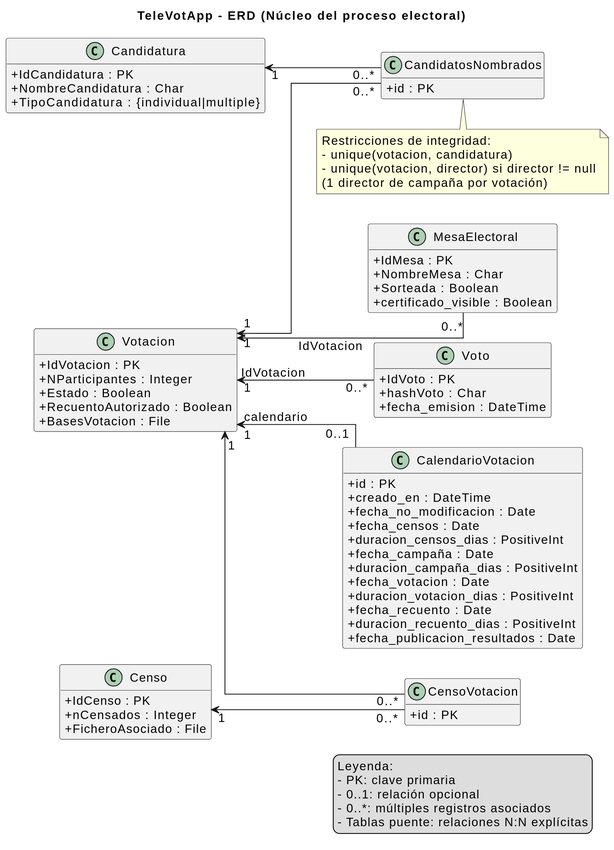
Earlier version of the PlantUML export out/TeleVot/Diagramas/ERD_NucleoPrincipal/ERD_NucleoPrincipal.svg (SamirAlonsoGarcia/TeleVotApp).
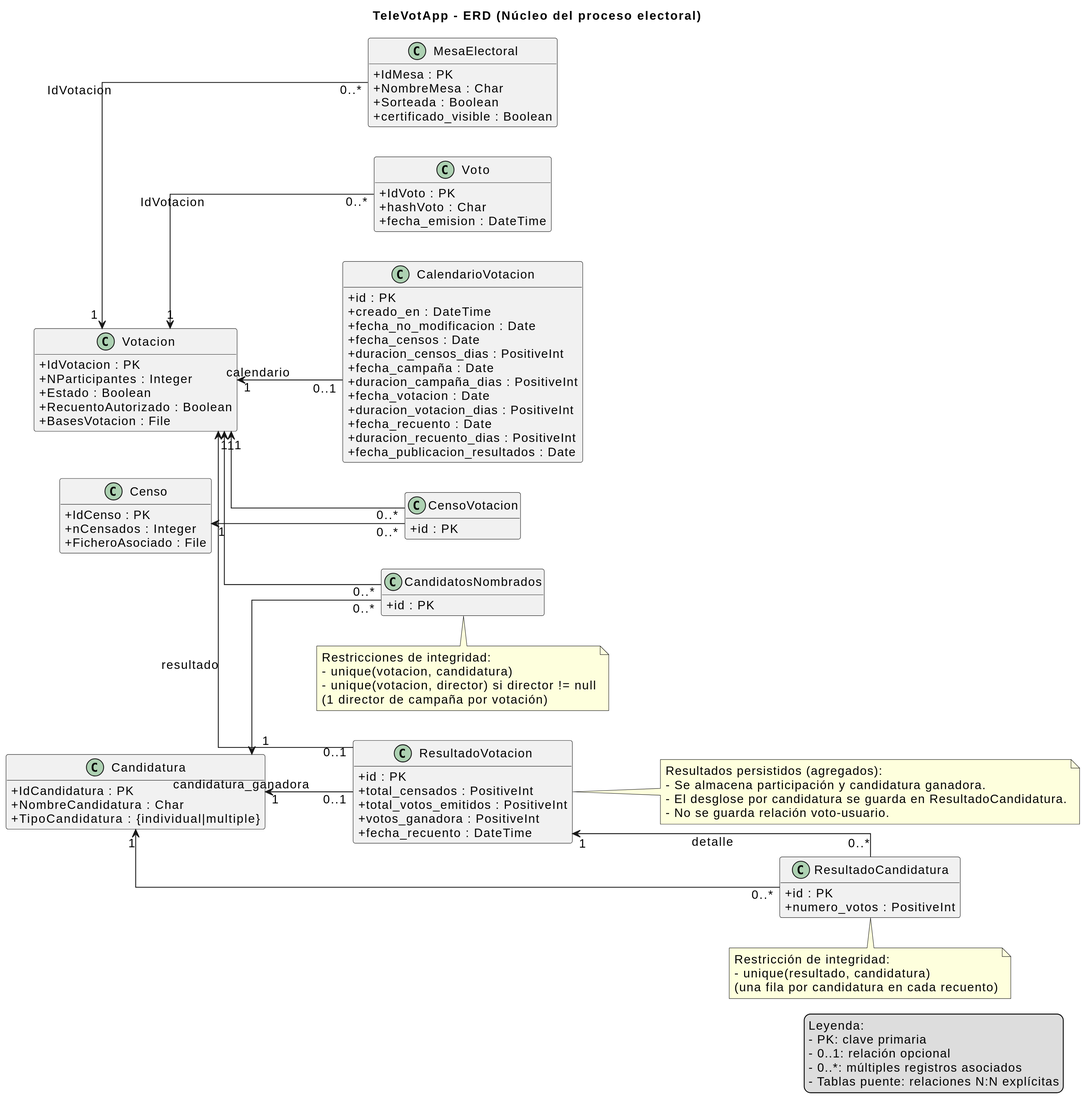
The same file after the commit.

Commit message:
Actualización del TFG y anexos para reflejar cambios en el recuento

What changed in the source:
```diff
@@ -77,6 +77,22 @@
   +unique(votacion,director) <<si director != null>>
 }
 
+
+class ResultadoVotacion {
+  +id : PK
+  +total_censados : PositiveInt
+  +total_votos_emitidos : PositiveInt
+  +porcentaje_participacion : Decimal(5,2)
+  +votos_ganadora : PositiveInt
+  +fecha_recuento : DateTime
+}
+
+class ResultadoCandidatura {
+  +id : PK
+  +numero_votos : PositiveInt
+  +unique(resultado,candidatura)
+}
+
 Votacion "1" <-- "0..*" MesaElectoral : IdVotacion
 Votacion "1" <-- "0..1" CalendarioVotacion : calendario
 
@@ -88,11 +104,32 @@
 Votacion    "1" <-- "0..*" CandidatosNombrados
 Candidatura "1" <-- "0..*" CandidatosNombrados
 
+
+Votacion "1" <-- "0..1" ResultadoVotacion : resultado
+
+Candidatura "1" <-- "0..1" ResultadoVotacion : candidatura_ganadora
+
+ResultadoVotacion "1" <-- "0..*" ResultadoCandidatura : detalle
+Candidatura       "1" <-- "0..*" ResultadoCandidatura
+
 note bottom of CandidatosNombrados
 Restricciones de integridad:
 - unique(votacion, candidatura)
 - unique(votacion, director) si director != null
 (1 director de campaña por votación)
+end note
+
+note right of ResultadoVotacion
+Resultados persistidos (agregados):
+- Se almacena participación y candidatura ganadora.
+- El desglose por candidatura se guarda en ResultadoCandidatura.
+- No se guarda relación voto-usuario.
+end note
+
+note bottom of ResultadoCandidatura
+Restricción de integridad:
+- unique(resultado, candidatura)
+(una fila por candidatura en cada recuento)
 end note
 
 legend right
```
